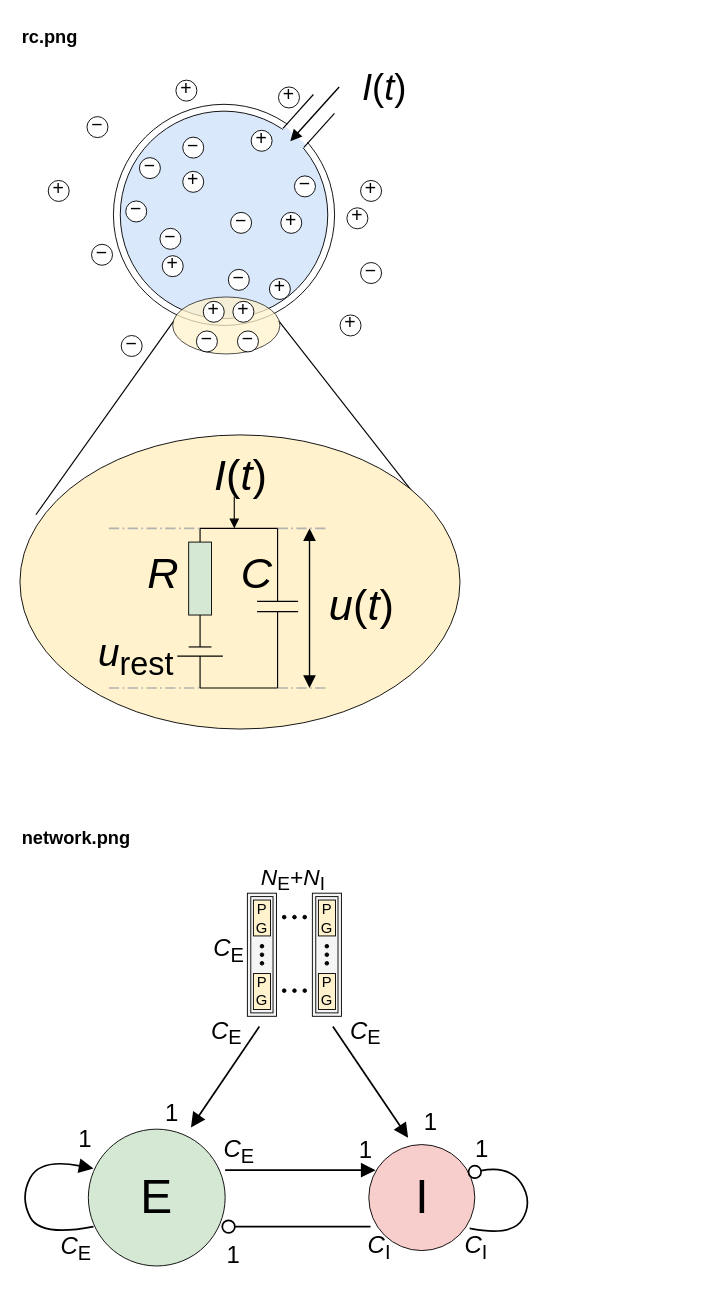
Earlier version of the draw.io diagram assets/lif-brunel/lif-brunel.drawio (brunomaga/brunomaga.github.io). Source tidied: cells renumbered, new cells numbered last; positions are measured from the earlier drawing's top-left corner, leaving out a move shared by most shapes. Both pictures are drawn from the tidied source at 114%, with x=0, y=0 at pixel (19, 19).
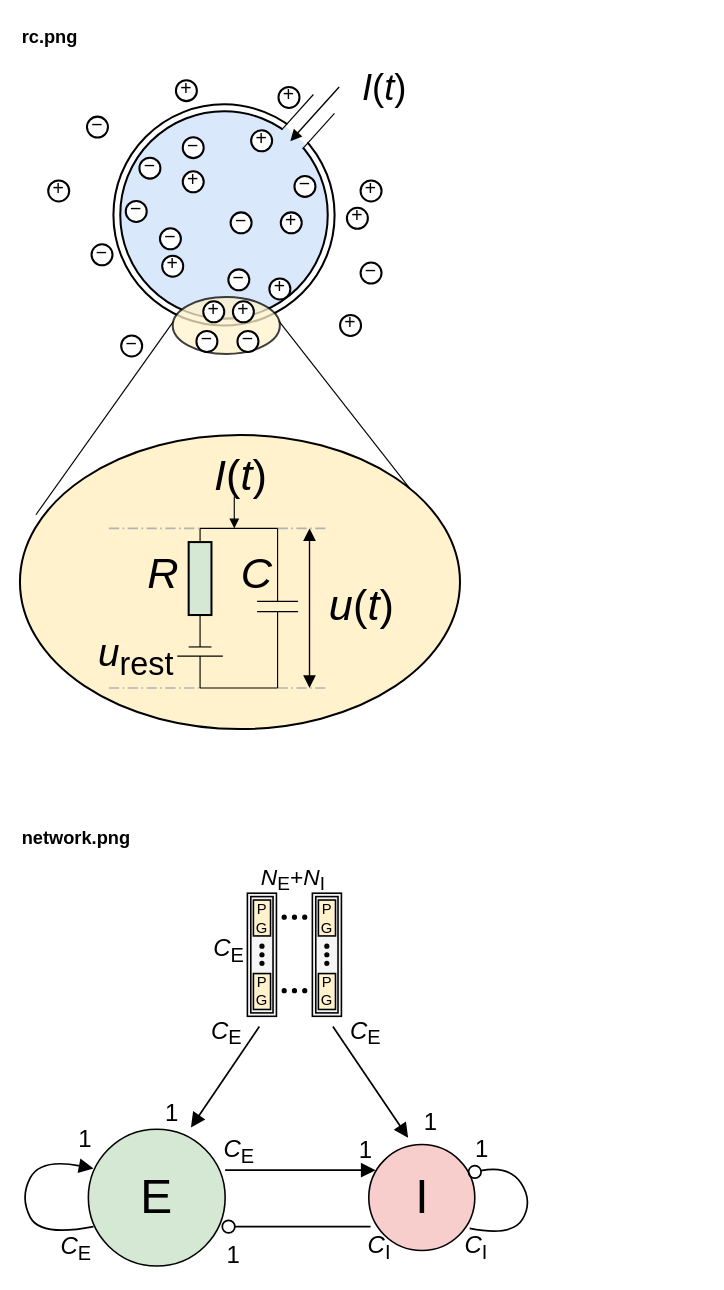
The same diagram, later.

Unchanged cells that the change refers to:
```xml
<mxCell id="3" style="group;" parent="1" vertex="1">
  <mxGeometry y="40" width="386" height="582" as="geometry" />
</mxCell>
<mxCell id="66" style="group;" parent="1" vertex="1">
  <mxGeometry y="742" width="450" height="355.5" as="geometry" />
</mxCell>
```

Change to the diagram source:
```diff
@@
-    <mxCell id="6" style="ellipse;whiteSpace=wrap;html=1;fillColor=#fff2cc;fontSize=14;strokeColor=#000000;strokeWidth=0.8;" parent="3" vertex="1">
+    <mxCell id="6" style="ellipse;whiteSpace=wrap;html=1;fillColor=#fff2cc;fontSize=14;strokeColor=#000000;strokeWidth=1.78;" parent="3" vertex="1">
       <mxGeometry y="324" width="386" height="258" as="geometry" />
     </mxCell>
-    <mxCell id="7" style="ellipse;whiteSpace=wrap;html=1;fillColor=#ffffff;fontSize=14;strokeColor=#000000;strokeWidth=0.8;" parent="3" vertex="1">
+    <mxCell id="7" style="ellipse;whiteSpace=wrap;html=1;fillColor=#ffffff;fontSize=14;strokeColor=#000000;strokeWidth=1.78;" parent="3" vertex="1">
       <mxGeometry x="82" y="34" width="194" height="194" as="geometry" />
     </mxCell>
-    <mxCell id="8" style="ellipse;whiteSpace=wrap;html=1;fillColor=#dae8fc;fontSize=14;strokeColor=#000000;strokeWidth=0.8;" parent="3" vertex="1">
+    <mxCell id="8" style="ellipse;whiteSpace=wrap;html=1;fillColor=#dae8fc;fontSize=14;strokeColor=#000000;strokeWidth=1.78;" parent="3" vertex="1">
       <mxGeometry x="88" y="40" width="182" height="182" as="geometry" />
     </mxCell>
@@
-    <mxCell id="15" value="+" style="ellipse;whiteSpace=wrap;html=1;fillColor=#ffffff;fontSize=17;spacingTop=-2;strokeColor=#000000;strokeWidth=0.8;" parent="3" vertex="1">
+    <mxCell id="15" value="+" style="ellipse;whiteSpace=wrap;html=1;fillColor=#ffffff;fontSize=17;spacingTop=-2;strokeColor=#000000;strokeWidth=1.78;" parent="3" vertex="1">
       <mxGeometry x="136.8" y="12.8" width="18.4" height="18.4" as="geometry" />
     </mxCell>
-    <mxCell id="16" value="+" style="ellipse;whiteSpace=wrap;html=1;fillColor=#ffffff;fontSize=17;spacingTop=-2;strokeColor=#000000;strokeWidth=0.8;" parent="3" vertex="1">
+    <mxCell id="16" value="+" style="ellipse;whiteSpace=wrap;html=1;fillColor=#ffffff;fontSize=17;spacingTop=-2;strokeColor=#000000;strokeWidth=1.78;" parent="3" vertex="1">
       <mxGeometry x="226.8" y="18.8" width="18.4" height="18.4" as="geometry" />
     </mxCell>
-    <mxCell id="17" value="−" style="ellipse;whiteSpace=wrap;html=1;fillColor=#ffffff;fontSize=17;spacingTop=-2;strokeColor=#000000;strokeWidth=0.8;" parent="3" vertex="1">
+    <mxCell id="17" value="−" style="ellipse;whiteSpace=wrap;html=1;fillColor=#ffffff;fontSize=17;spacingTop=-2;strokeColor=#000000;strokeWidth=1.78;" parent="3" vertex="1">
       <mxGeometry x="58.8" y="44.8" width="18.4" height="18.4" as="geometry" />
     </mxCell>
-    <mxCell id="18" value="+" style="ellipse;whiteSpace=wrap;html=1;fillColor=#ffffff;fontSize=17;spacingTop=-2;strokeColor=#000000;strokeWidth=0.8;" parent="3" vertex="1">
+    <mxCell id="18" value="+" style="ellipse;whiteSpace=wrap;html=1;fillColor=#ffffff;fontSize=17;spacingTop=-2;strokeColor=#000000;strokeWidth=1.78;" parent="3" vertex="1">
       <mxGeometry x="202.8" y="56.8" width="18.4" height="18.4" as="geometry" />
     </mxCell>
-    <mxCell id="19" value="−" style="ellipse;whiteSpace=wrap;html=1;fillColor=#ffffff;fontSize=17;spacingTop=-2;strokeColor=#000000;strokeWidth=0.8;" parent="3" vertex="1">
+    <mxCell id="19" value="−" style="ellipse;whiteSpace=wrap;html=1;fillColor=#ffffff;fontSize=17;spacingTop=-2;strokeColor=#000000;strokeWidth=1.78;" parent="3" vertex="1">
       <mxGeometry x="142.8" y="62.8" width="18.4" height="18.4" as="geometry" />
     </mxCell>
-    <mxCell id="20" value="−" style="ellipse;whiteSpace=wrap;html=1;fillColor=#ffffff;fontSize=17;spacingTop=-2;strokeColor=#000000;strokeWidth=0.8;" parent="3" vertex="1">
+    <mxCell id="20" value="−" style="ellipse;whiteSpace=wrap;html=1;fillColor=#ffffff;fontSize=17;spacingTop=-2;strokeColor=#000000;strokeWidth=1.78;" parent="3" vertex="1">
       <mxGeometry x="104.8" y="80.8" width="18.4" height="18.4" as="geometry" />
     </mxCell>
-    <mxCell id="21" value="+" style="ellipse;whiteSpace=wrap;html=1;fillColor=#ffffff;fontSize=17;spacingTop=-2;strokeColor=#000000;strokeWidth=0.8;" parent="3" vertex="1">
+    <mxCell id="21" value="+" style="ellipse;whiteSpace=wrap;html=1;fillColor=#ffffff;fontSize=17;spacingTop=-2;strokeColor=#000000;strokeWidth=1.78;" parent="3" vertex="1">
       <mxGeometry x="142.8" y="92.8" width="18.4" height="18.4" as="geometry" />
     </mxCell>
-    <mxCell id="22" value="−" style="ellipse;whiteSpace=wrap;html=1;fillColor=#ffffff;fontSize=17;spacingTop=-2;strokeColor=#000000;strokeWidth=0.8;" parent="3" vertex="1">
+    <mxCell id="22" value="−" style="ellipse;whiteSpace=wrap;html=1;fillColor=#ffffff;fontSize=17;spacingTop=-2;strokeColor=#000000;strokeWidth=1.78;" parent="3" vertex="1">
       <mxGeometry x="240.8" y="96.8" width="18.4" height="18.4" as="geometry" />
     </mxCell>
-    <mxCell id="23" value="+" style="ellipse;whiteSpace=wrap;html=1;fillColor=#ffffff;fontSize=17;spacingTop=-2;strokeColor=#000000;strokeWidth=0.8;" parent="3" vertex="1">
+    <mxCell id="23" value="+" style="ellipse;whiteSpace=wrap;html=1;fillColor=#ffffff;fontSize=17;spacingTop=-2;strokeColor=#000000;strokeWidth=1.78;" parent="3" vertex="1">
       <mxGeometry x="24.8" y="100.8" width="18.4" height="18.4" as="geometry" />
     </mxCell>
-    <mxCell id="24" value="+" style="ellipse;whiteSpace=wrap;html=1;fillColor=#ffffff;fontSize=17;spacingTop=-2;strokeColor=#000000;strokeWidth=0.8;" parent="3" vertex="1">
+    <mxCell id="24" value="+" style="ellipse;whiteSpace=wrap;html=1;fillColor=#ffffff;fontSize=17;spacingTop=-2;strokeColor=#000000;strokeWidth=1.78;" parent="3" vertex="1">
       <mxGeometry x="298.8" y="100.8" width="18.4" height="18.4" as="geometry" />
     </mxCell>
-    <mxCell id="25" value="−" style="ellipse;whiteSpace=wrap;html=1;fillColor=#ffffff;fontSize=17;spacingTop=-2;strokeColor=#000000;strokeWidth=0.8;" parent="3" vertex="1">
+    <mxCell id="25" value="−" style="ellipse;whiteSpace=wrap;html=1;fillColor=#ffffff;fontSize=17;spacingTop=-2;strokeColor=#000000;strokeWidth=1.78;" parent="3" vertex="1">
       <mxGeometry x="92.8" y="118.8" width="18.4" height="18.4" as="geometry" />
     </mxCell>
-    <mxCell id="26" value="+" style="ellipse;whiteSpace=wrap;html=1;fillColor=#ffffff;fontSize=17;spacingTop=-2;strokeColor=#000000;strokeWidth=0.8;" parent="3" vertex="1">
+    <mxCell id="26" value="+" style="ellipse;whiteSpace=wrap;html=1;fillColor=#ffffff;fontSize=17;spacingTop=-2;strokeColor=#000000;strokeWidth=1.78;" parent="3" vertex="1">
       <mxGeometry x="286.8" y="124.8" width="18.4" height="18.4" as="geometry" />
     </mxCell>
-    <mxCell id="27" value="−" style="ellipse;whiteSpace=wrap;html=1;fillColor=#ffffff;fontSize=17;spacingTop=-2;strokeColor=#000000;strokeWidth=0.8;" parent="3" vertex="1">
+    <mxCell id="27" value="−" style="ellipse;whiteSpace=wrap;html=1;fillColor=#ffffff;fontSize=17;spacingTop=-2;strokeColor=#000000;strokeWidth=1.78;" parent="3" vertex="1">
       <mxGeometry x="184.8" y="128.8" width="18.4" height="18.4" as="geometry" />
     </mxCell>
-    <mxCell id="28" value="+" style="ellipse;whiteSpace=wrap;html=1;fillColor=#ffffff;fontSize=17;spacingTop=-2;strokeColor=#000000;strokeWidth=0.8;" parent="3" vertex="1">
+    <mxCell id="28" value="+" style="ellipse;whiteSpace=wrap;html=1;fillColor=#ffffff;fontSize=17;spacingTop=-2;strokeColor=#000000;strokeWidth=1.78;" parent="3" vertex="1">
       <mxGeometry x="228.8" y="128.8" width="18.4" height="18.4" as="geometry" />
     </mxCell>
-    <mxCell id="29" value="−" style="ellipse;whiteSpace=wrap;html=1;fillColor=#ffffff;fontSize=17;spacingTop=-2;strokeColor=#000000;strokeWidth=0.8;" parent="3" vertex="1">
+    <mxCell id="29" value="−" style="ellipse;whiteSpace=wrap;html=1;fillColor=#ffffff;fontSize=17;spacingTop=-2;strokeColor=#000000;strokeWidth=1.78;" parent="3" vertex="1">
       <mxGeometry x="122.8" y="142.8" width="18.4" height="18.4" as="geometry" />
     </mxCell>
-    <mxCell id="30" value="−" style="ellipse;whiteSpace=wrap;html=1;fillColor=#ffffff;fontSize=17;spacingTop=-2;strokeColor=#000000;strokeWidth=0.8;" parent="3" vertex="1">
+    <mxCell id="30" value="−" style="ellipse;whiteSpace=wrap;html=1;fillColor=#ffffff;fontSize=17;spacingTop=-2;strokeColor=#000000;strokeWidth=1.78;" parent="3" vertex="1">
       <mxGeometry x="62.8" y="156.8" width="18.4" height="18.4" as="geometry" />
     </mxCell>
-    <mxCell id="31" value="+" style="ellipse;whiteSpace=wrap;html=1;fillColor=#ffffff;fontSize=17;spacingTop=-2;strokeColor=#000000;strokeWidth=0.8;" parent="3" vertex="1">
+    <mxCell id="31" value="+" style="ellipse;whiteSpace=wrap;html=1;fillColor=#ffffff;fontSize=17;spacingTop=-2;strokeColor=#000000;strokeWidth=1.78;" parent="3" vertex="1">
       <mxGeometry x="124.8" y="166.8" width="18.4" height="18.4" as="geometry" />
     </mxCell>
-    <mxCell id="32" value="−" style="ellipse;whiteSpace=wrap;html=1;fillColor=#ffffff;fontSize=17;spacingTop=-2;strokeColor=#000000;strokeWidth=0.8;" parent="3" vertex="1">
+    <mxCell id="32" value="−" style="ellipse;whiteSpace=wrap;html=1;fillColor=#ffffff;fontSize=17;spacingTop=-2;strokeColor=#000000;strokeWidth=1.78;" parent="3" vertex="1">
       <mxGeometry x="298.8" y="172.8" width="18.4" height="18.4" as="geometry" />
     </mxCell>
-    <mxCell id="33" value="−" style="ellipse;whiteSpace=wrap;html=1;fillColor=#ffffff;fontSize=17;spacingTop=-2;strokeColor=#000000;strokeWidth=0.8;" parent="3" vertex="1">
+    <mxCell id="33" value="−" style="ellipse;whiteSpace=wrap;html=1;fillColor=#ffffff;fontSize=17;spacingTop=-2;strokeColor=#000000;strokeWidth=1.78;" parent="3" vertex="1">
       <mxGeometry x="182.8" y="178.8" width="18.4" height="18.4" as="geometry" />
     </mxCell>
-    <mxCell id="34" value="+" style="ellipse;whiteSpace=wrap;html=1;fillColor=#ffffff;fontSize=17;spacingTop=-2;strokeColor=#000000;strokeWidth=0.8;" parent="3" vertex="1">
+    <mxCell id="34" value="+" style="ellipse;whiteSpace=wrap;html=1;fillColor=#ffffff;fontSize=17;spacingTop=-2;strokeColor=#000000;strokeWidth=1.78;" parent="3" vertex="1">
       <mxGeometry x="218.8" y="186.8" width="18.4" height="18.4" as="geometry" />
     </mxCell>
-    <mxCell id="35" value="+" style="ellipse;whiteSpace=wrap;html=1;fillColor=#ffffff;fontSize=17;spacingTop=-2;strokeColor=#000000;strokeWidth=0.8;" parent="3" vertex="1">
+    <mxCell id="35" value="+" style="ellipse;whiteSpace=wrap;html=1;fillColor=#ffffff;fontSize=17;spacingTop=-2;strokeColor=#000000;strokeWidth=1.78;" parent="3" vertex="1">
       <mxGeometry x="280.8" y="218.8" width="18.4" height="18.4" as="geometry" />
     </mxCell>
-    <mxCell id="36" value="−" style="ellipse;whiteSpace=wrap;html=1;fillColor=#ffffff;fontSize=17;spacingTop=-2;strokeColor=#000000;strokeWidth=0.8;" parent="3" vertex="1">
+    <mxCell id="36" value="−" style="ellipse;whiteSpace=wrap;html=1;fillColor=#ffffff;fontSize=17;spacingTop=-2;strokeColor=#000000;strokeWidth=1.78;" parent="3" vertex="1">
       <mxGeometry x="88.8" y="236.8" width="18.4" height="18.4" as="geometry" />
     </mxCell>
-    <mxCell id="37" style="ellipse;whiteSpace=wrap;html=1;fillColor=#fff2cc;fontSize=14;opacity=75;strokeColor=#000000;strokeWidth=0.8;" parent="3" vertex="1">
+    <mxCell id="37" style="ellipse;whiteSpace=wrap;html=1;fillColor=#fff2cc;fontSize=14;opacity=75;strokeColor=#000000;strokeWidth=1.78;" parent="3" vertex="1">
       <mxGeometry x="134" y="203" width="94" height="50" as="geometry" />
     </mxCell>
-    <mxCell id="38" value="+" style="ellipse;whiteSpace=wrap;html=1;fillColor=#ffffff;fontSize=17;spacingTop=-2;strokeColor=#000000;strokeWidth=0.8;" parent="3" vertex="1">
+    <mxCell id="38" value="+" style="ellipse;whiteSpace=wrap;html=1;fillColor=#ffffff;fontSize=17;spacingTop=-2;strokeColor=#000000;strokeWidth=1.78;" parent="3" vertex="1">
       <mxGeometry x="160.8" y="206.8" width="18.4" height="18.4" as="geometry" />
     </mxCell>
-    <mxCell id="39" value="+" style="ellipse;whiteSpace=wrap;html=1;fillColor=#ffffff;fontSize=17;spacingTop=-2;strokeColor=#000000;strokeWidth=0.8;" parent="3" vertex="1">
+    <mxCell id="39" value="+" style="ellipse;whiteSpace=wrap;html=1;fillColor=#ffffff;fontSize=17;spacingTop=-2;strokeColor=#000000;strokeWidth=1.78;" parent="3" vertex="1">
       <mxGeometry x="186.8" y="206.8" width="18.4" height="18.4" as="geometry" />
     </mxCell>
-    <mxCell id="40" value="−" style="ellipse;whiteSpace=wrap;html=1;fillColor=#ffffff;fontSize=17;spacingTop=-2;strokeColor=#000000;strokeWidth=0.8;" parent="3" vertex="1">
+    <mxCell id="40" value="−" style="ellipse;whiteSpace=wrap;html=1;fillColor=#ffffff;fontSize=17;spacingTop=-2;strokeColor=#000000;strokeWidth=1.78;" parent="3" vertex="1">
       <mxGeometry x="154.8" y="232.8" width="18.4" height="18.4" as="geometry" />
     </mxCell>
-    <mxCell id="41" value="−" style="ellipse;whiteSpace=wrap;html=1;fillColor=#ffffff;fontSize=17;spacingTop=-2;strokeColor=#000000;strokeWidth=0.8;" parent="3" vertex="1">
+    <mxCell id="41" value="−" style="ellipse;whiteSpace=wrap;html=1;fillColor=#ffffff;fontSize=17;spacingTop=-2;strokeColor=#000000;strokeWidth=1.78;" parent="3" vertex="1">
       <mxGeometry x="190.8" y="232.8" width="18.4" height="18.4" as="geometry" />
     </mxCell>
@@
-    <mxCell id="49" style="rounded=0;whiteSpace=wrap;html=1;fillColor=#d5e8d4;fontSize=14;strokeColor=#000000;strokeWidth=0.8;" parent="3" vertex="1">
+    <mxCell id="49" style="rounded=0;whiteSpace=wrap;html=1;fillColor=#d5e8d4;fontSize=14;strokeColor=#000000;strokeWidth=1.78;" parent="3" vertex="1">
       <mxGeometry x="148" y="418" width="20" height="64" as="geometry" />
     </mxCell>
@@
-    <mxCell id="68" style="rounded=0;whiteSpace=wrap;html=1;fillColor=#f5f5f5;fontSize=14;strokeColor=#000000;strokeWidth=0.8;" parent="66" vertex="1">
+    <mxCell id="68" style="rounded=0;whiteSpace=wrap;html=1;fillColor=#f5f5f5;fontSize=14;strokeColor=#000000;strokeWidth=1.38;" parent="66" vertex="1">
       <mxGeometry x="199.5" y="24" width="25.5" height="108" as="geometry" />
     </mxCell>
-    <mxCell id="69" style="rounded=0;whiteSpace=wrap;html=1;fillColor=#f5f5f5;fontSize=14;strokeColor=#000000;strokeWidth=0.8;" parent="66" vertex="1">
+    <mxCell id="69" style="rounded=0;whiteSpace=wrap;html=1;fillColor=#f5f5f5;fontSize=14;strokeColor=#000000;strokeWidth=1.38;" parent="66" vertex="1">
       <mxGeometry x="202.5" y="27" width="19.5" height="102" as="geometry" />
     </mxCell>
-    <mxCell id="70" value="P&lt;br&gt;G" style="rounded=0;whiteSpace=wrap;html=1;fillColor=#fff2cc;fontSize=13;spacing=0;verticalAlign=middle;strokeColor=#000000;strokeWidth=0.8;" parent="66" vertex="1">
+    <mxCell id="70" value="P&lt;br&gt;G" style="rounded=0;whiteSpace=wrap;html=1;fillColor=#fff2cc;fontSize=13;spacing=0;verticalAlign=middle;strokeColor=#000000;strokeWidth=1.38;" parent="66" vertex="1">
       <mxGeometry x="204.8" y="30" width="15" height="31.5" as="geometry" />
     </mxCell>
-    <mxCell id="71" value="P&lt;br&gt;G" style="rounded=0;whiteSpace=wrap;html=1;fillColor=#fff2cc;fontSize=13;spacing=0;verticalAlign=middle;strokeColor=#000000;strokeWidth=0.8;" parent="66" vertex="1">
+    <mxCell id="71" value="P&lt;br&gt;G" style="rounded=0;whiteSpace=wrap;html=1;fillColor=#fff2cc;fontSize=13;spacing=0;verticalAlign=middle;strokeColor=#000000;strokeWidth=1.38;" parent="66" vertex="1">
       <mxGeometry x="204.8" y="94.5" width="15" height="31.5" as="geometry" />
     </mxCell>
-    <mxCell id="72" style="ellipse;whiteSpace=wrap;html=1;fillColor=#000000;fontSize=14;strokeColor=#000000;strokeWidth=0.8;" parent="66" vertex="1">
+    <mxCell id="72" style="ellipse;whiteSpace=wrap;html=1;fillColor=#000000;fontSize=14;strokeColor=#000000;strokeWidth=1.38;" parent="66" vertex="1">
       <mxGeometry x="210.7" y="68.9" width="3.2" height="3.2" as="geometry" />
     </mxCell>
-    <mxCell id="73" style="ellipse;whiteSpace=wrap;html=1;fillColor=#000000;fontSize=14;strokeColor=#000000;strokeWidth=0.8;" parent="66" vertex="1">
+    <mxCell id="73" style="ellipse;whiteSpace=wrap;html=1;fillColor=#000000;fontSize=14;strokeColor=#000000;strokeWidth=1.38;" parent="66" vertex="1">
       <mxGeometry x="210.7" y="76.4" width="3.2" height="3.2" as="geometry" />
     </mxCell>
-    <mxCell id="74" style="ellipse;whiteSpace=wrap;html=1;fillColor=#000000;fontSize=14;strokeColor=#000000;strokeWidth=0.8;" parent="66" vertex="1">
+    <mxCell id="74" style="ellipse;whiteSpace=wrap;html=1;fillColor=#000000;fontSize=14;strokeColor=#000000;strokeWidth=1.38;" parent="66" vertex="1">
       <mxGeometry x="210.7" y="83.9" width="3.2" height="3.2" as="geometry" />
     </mxCell>
-    <mxCell id="75" style="rounded=0;whiteSpace=wrap;html=1;fillColor=#f5f5f5;fontSize=14;strokeColor=#000000;strokeWidth=0.8;" parent="66" vertex="1">
+    <mxCell id="75" style="rounded=0;whiteSpace=wrap;html=1;fillColor=#f5f5f5;fontSize=14;strokeColor=#000000;strokeWidth=1.38;" parent="66" vertex="1">
       <mxGeometry x="256.5" y="24" width="25.5" height="108" as="geometry" />
     </mxCell>
-    <mxCell id="76" style="rounded=0;whiteSpace=wrap;html=1;fillColor=#f5f5f5;fontSize=14;strokeColor=#000000;strokeWidth=0.8;" parent="66" vertex="1">
+    <mxCell id="76" style="rounded=0;whiteSpace=wrap;html=1;fillColor=#f5f5f5;fontSize=14;strokeColor=#000000;strokeWidth=1.38;" parent="66" vertex="1">
       <mxGeometry x="259.5" y="27" width="19.5" height="102" as="geometry" />
     </mxCell>
-    <mxCell id="77" value="P&lt;br&gt;G" style="rounded=0;whiteSpace=wrap;html=1;fillColor=#fff2cc;fontSize=13;spacing=0;verticalAlign=middle;strokeColor=#000000;strokeWidth=0.8;" parent="66" vertex="1">
+    <mxCell id="77" value="P&lt;br&gt;G" style="rounded=0;whiteSpace=wrap;html=1;fillColor=#fff2cc;fontSize=13;spacing=0;verticalAlign=middle;strokeColor=#000000;strokeWidth=1.38;" parent="66" vertex="1">
       <mxGeometry x="261.8" y="30" width="15" height="31.5" as="geometry" />
     </mxCell>
-    <mxCell id="78" value="P&lt;br&gt;G" style="rounded=0;whiteSpace=wrap;html=1;fillColor=#fff2cc;fontSize=13;spacing=0;verticalAlign=middle;strokeColor=#000000;strokeWidth=0.8;" parent="66" vertex="1">
+    <mxCell id="78" value="P&lt;br&gt;G" style="rounded=0;whiteSpace=wrap;html=1;fillColor=#fff2cc;fontSize=13;spacing=0;verticalAlign=middle;strokeColor=#000000;strokeWidth=1.38;" parent="66" vertex="1">
       <mxGeometry x="261.8" y="94.5" width="15" height="31.5" as="geometry" />
     </mxCell>
-    <mxCell id="79" style="ellipse;whiteSpace=wrap;html=1;fillColor=#000000;fontSize=14;strokeColor=#000000;strokeWidth=0.8;" parent="66" vertex="1">
+    <mxCell id="79" style="ellipse;whiteSpace=wrap;html=1;fillColor=#000000;fontSize=14;strokeColor=#000000;strokeWidth=1.38;" parent="66" vertex="1">
       <mxGeometry x="267.6" y="68.9" width="3.2" height="3.2" as="geometry" />
     </mxCell>
-    <mxCell id="80" style="ellipse;whiteSpace=wrap;html=1;fillColor=#000000;fontSize=14;strokeColor=#000000;strokeWidth=0.8;" parent="66" vertex="1">
+    <mxCell id="80" style="ellipse;whiteSpace=wrap;html=1;fillColor=#000000;fontSize=14;strokeColor=#000000;strokeWidth=1.38;" parent="66" vertex="1">
       <mxGeometry x="267.6" y="76.4" width="3.2" height="3.2" as="geometry" />
     </mxCell>
-    <mxCell id="81" style="ellipse;whiteSpace=wrap;html=1;fillColor=#000000;fontSize=14;strokeColor=#000000;strokeWidth=0.8;" parent="66" vertex="1">
+    <mxCell id="81" style="ellipse;whiteSpace=wrap;html=1;fillColor=#000000;fontSize=14;strokeColor=#000000;strokeWidth=1.38;" parent="66" vertex="1">
       <mxGeometry x="267.6" y="83.9" width="3.2" height="3.2" as="geometry" />
     </mxCell>
-    <mxCell id="82" style="ellipse;whiteSpace=wrap;html=1;fillColor=#000000;fontSize=14;strokeColor=#000000;strokeWidth=0.8;" parent="66" vertex="1">
+    <mxCell id="82" style="ellipse;whiteSpace=wrap;html=1;fillColor=#000000;fontSize=14;strokeColor=#000000;strokeWidth=1.38;" parent="66" vertex="1">
       <mxGeometry x="230.2" y="43.4" width="3.2" height="3.2" as="geometry" />
     </mxCell>
-    <mxCell id="83" style="ellipse;whiteSpace=wrap;html=1;fillColor=#000000;fontSize=14;strokeColor=#000000;strokeWidth=0.8;" parent="66" vertex="1">
+    <mxCell id="83" style="ellipse;whiteSpace=wrap;html=1;fillColor=#000000;fontSize=14;strokeColor=#000000;strokeWidth=1.38;" parent="66" vertex="1">
       <mxGeometry x="239.2" y="43.4" width="3.2" height="3.2" as="geometry" />
     </mxCell>
-    <mxCell id="84" style="ellipse;whiteSpace=wrap;html=1;fillColor=#000000;fontSize=14;strokeColor=#000000;strokeWidth=0.8;" parent="66" vertex="1">
+    <mxCell id="84" style="ellipse;whiteSpace=wrap;html=1;fillColor=#000000;fontSize=14;strokeColor=#000000;strokeWidth=1.38;" parent="66" vertex="1">
       <mxGeometry x="248.2" y="43.4" width="3.2" height="3.2" as="geometry" />
     </mxCell>
-    <mxCell id="85" style="ellipse;whiteSpace=wrap;html=1;fillColor=#000000;fontSize=14;strokeColor=#000000;strokeWidth=0.8;" parent="66" vertex="1">
+    <mxCell id="85" style="ellipse;whiteSpace=wrap;html=1;fillColor=#000000;fontSize=14;strokeColor=#000000;strokeWidth=1.38;" parent="66" vertex="1">
       <mxGeometry x="230.2" y="107.9" width="3.2" height="3.2" as="geometry" />
     </mxCell>
-    <mxCell id="86" style="ellipse;whiteSpace=wrap;html=1;fillColor=#000000;fontSize=14;strokeColor=#000000;strokeWidth=0.8;" parent="66" vertex="1">
+    <mxCell id="86" style="ellipse;whiteSpace=wrap;html=1;fillColor=#000000;fontSize=14;strokeColor=#000000;strokeWidth=1.38;" parent="66" vertex="1">
       <mxGeometry x="239.2" y="107.9" width="3.2" height="3.2" as="geometry" />
     </mxCell>
-    <mxCell id="87" style="ellipse;whiteSpace=wrap;html=1;fillColor=#000000;fontSize=14;strokeColor=#000000;strokeWidth=0.8;" parent="66" vertex="1">
+    <mxCell id="87" style="ellipse;whiteSpace=wrap;html=1;fillColor=#000000;fontSize=14;strokeColor=#000000;strokeWidth=1.38;" parent="66" vertex="1">
       <mxGeometry x="248.2" y="107.9" width="3.2" height="3.2" as="geometry" />
     </mxCell>
@@
-    <mxCell id="89" style="ellipse;whiteSpace=wrap;html=1;fillColor=#d5e8d4;fontSize=14;strokeColor=#000000;strokeWidth=0.8;" parent="66" vertex="1">
+    <mxCell id="89" style="ellipse;whiteSpace=wrap;html=1;fillColor=#d5e8d4;fontSize=14;strokeColor=#000000;strokeWidth=1.38;" parent="66" vertex="1">
       <mxGeometry x="60" y="231" width="120" height="120" as="geometry" />
     </mxCell>
-    <mxCell id="90" style="ellipse;whiteSpace=wrap;html=1;fillColor=#f8cecc;fontSize=14;strokeColor=#000000;strokeWidth=0.8;" parent="66" vertex="1">
+    <mxCell id="90" style="ellipse;whiteSpace=wrap;html=1;fillColor=#f8cecc;fontSize=14;strokeColor=#000000;strokeWidth=1.38;" parent="66" vertex="1">
       <mxGeometry x="306" y="244.5" width="93" height="93" as="geometry" />
     </mxCell>
```
